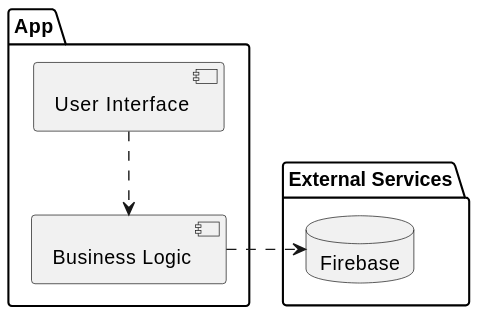
This is docs/logical_architecture/logical_architecture.svg from casemiromjm/ItemSwap, a PlantUML export, as it was before one commit. The source it was exported from:
```plantuml
@startuml
package "App" {
    [User Interface] ..> [Business Logic]
}

package "External Services" {

    database "Firebase"
}

[Business Logic] .right.> Firebase
@enduml
```
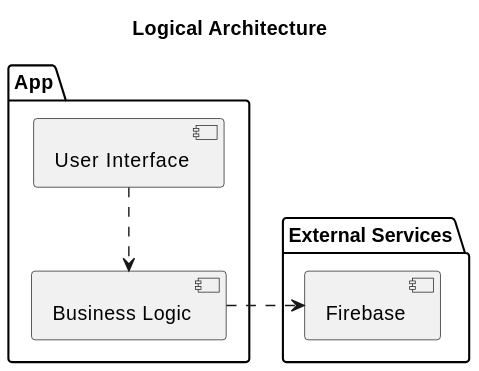
After the change.

Commit message:
fixed architecture diagrams

What changed in the source:
```diff
@@ -1,11 +1,13 @@
 @startuml
+title "Logical Architecture"
+
 package "App" {
     [User Interface] ..> [Business Logic]
 }
 
 package "External Services" {
 
-    database "Firebase"
+    component "Firebase"
 }
 
 [Business Logic] .right.> Firebase
```
